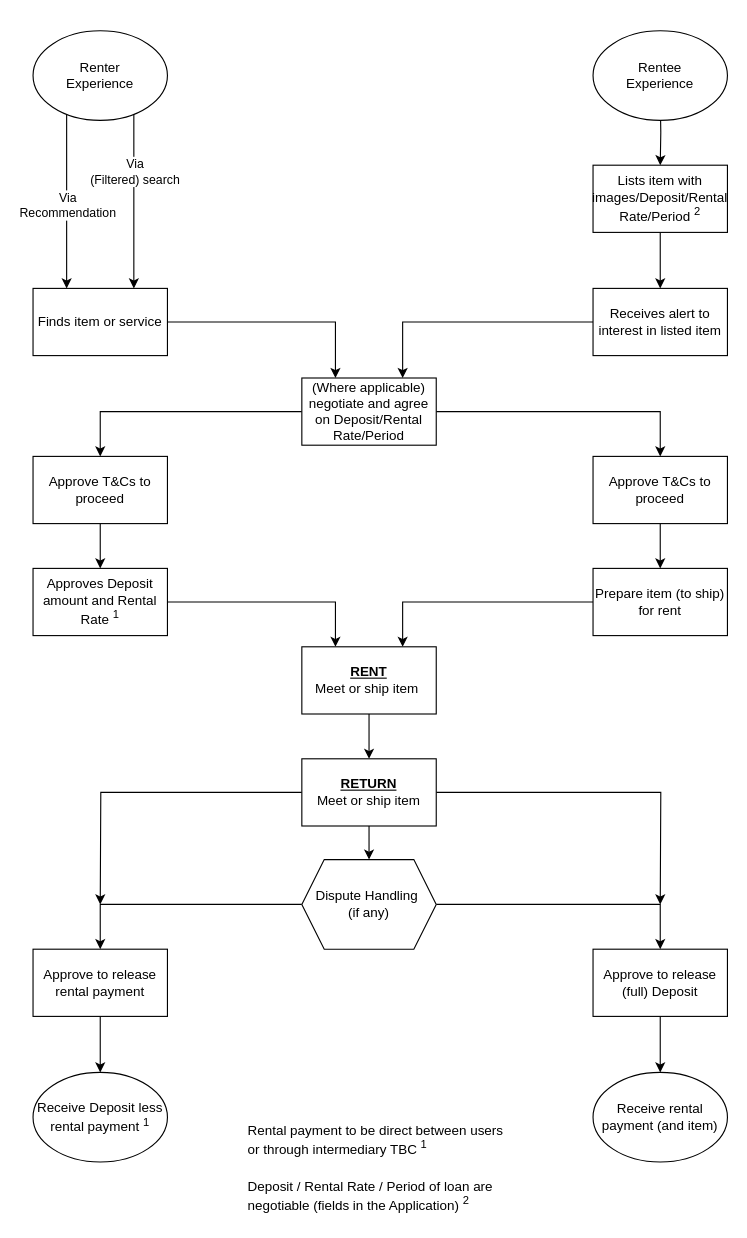
Above: log/User Experience (Abstract).drawio in chenghowyew/Rent (draw.io), before the change. Source tidied: cells renumbered, new cells numbered last; positions are measured from the earlier drawing's top-left corner, leaving out a move shared by most shapes. Both pictures are drawn from the tidied source at 112%, with x=0, y=0 at pixel (32, 30).
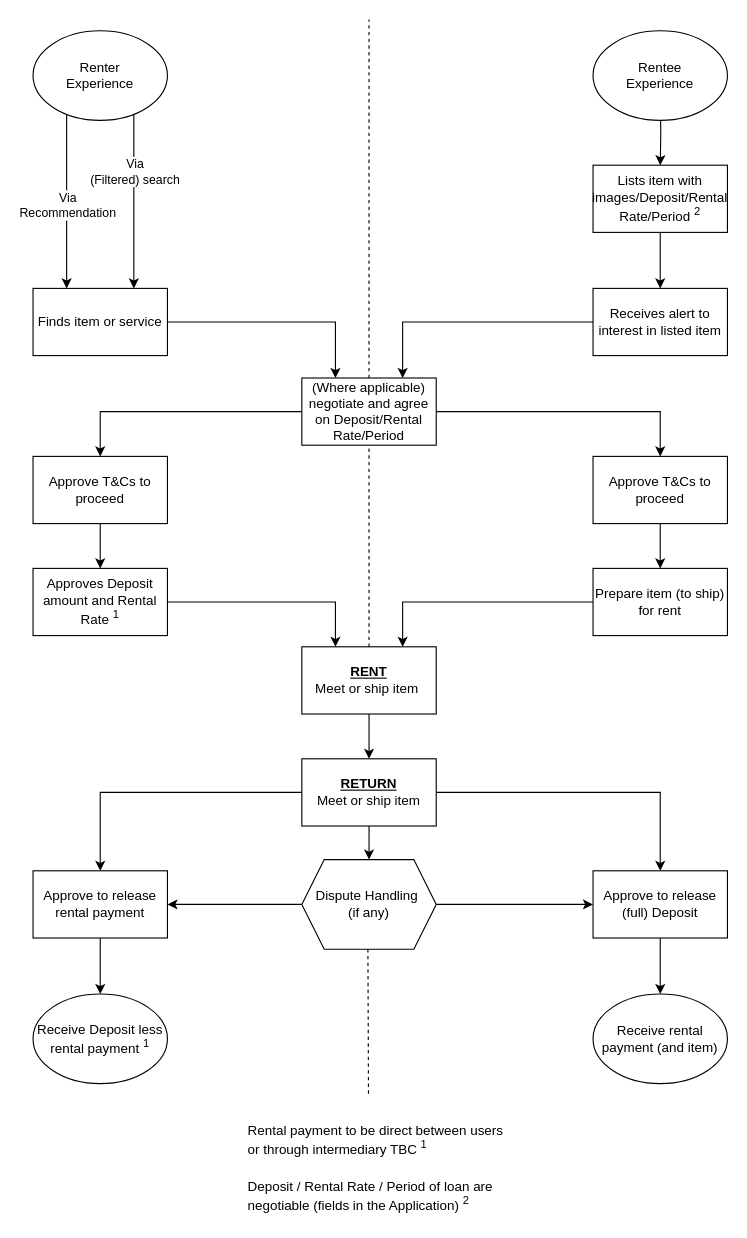
The same diagram, later.

The change refers to these unchanged cells:
```xml
<mxCell id="11" value="(Where applicable) negotiate and agree on Deposit/Rental Rate/Period" style="whiteSpace=wrap;html=1;rounded=0;" parent="1" vertex="1">
  <mxGeometry x="240" y="310" width="120" height="60" as="geometry" />
</mxCell>
<mxCell id="27" value="&lt;b&gt;&lt;u&gt;RETURN&lt;/u&gt;&lt;/b&gt;&lt;br&gt;Meet or ship item" style="rounded=0;whiteSpace=wrap;html=1;" parent="1" vertex="1">
  <mxGeometry x="240" y="650" width="120" height="60" as="geometry" />
</mxCell>
<mxCell id="30" value="Dispute Handling&amp;nbsp;&lt;br&gt;(if any)" style="shape=hexagon;perimeter=hexagonPerimeter2;whiteSpace=wrap;html=1;fixedSize=1;" parent="1" vertex="1">
  <mxGeometry x="240" y="740" width="120" height="80" as="geometry" />
</mxCell>
```

Change to the diagram source:
```diff
@@
-    <mxCell id="25" style="edgeStyle=orthogonalEdgeStyle;rounded=0;jettySize=auto;html=1;" parent="1" edge="1" source="27">
-      <mxGeometry relative="1" as="geometry">
-        <mxPoint x="560" y="780" as="targetPoint" />
-      </mxGeometry>
+    <mxCell id="25" style="edgeStyle=orthogonalEdgeStyle;rounded=0;jettySize=auto;html=1;entryX=0.5;entryY=0;entryDx=0;entryDy=0;" parent="1" edge="1" source="27" target="32">
+      <mxGeometry relative="1" as="geometry" />
     </mxCell>
-    <mxCell id="26" style="edgeStyle=orthogonalEdgeStyle;rounded=0;jettySize=auto;html=1;" parent="1" edge="1" source="27">
-      <mxGeometry relative="1" as="geometry">
-        <mxPoint x="60" y="780" as="targetPoint" />
-      </mxGeometry>
+    <mxCell id="26" style="edgeStyle=orthogonalEdgeStyle;rounded=0;jettySize=auto;html=1;entryX=0.5;entryY=0;entryDx=0;entryDy=0;" parent="1" edge="1" source="27" target="34">
+      <mxGeometry relative="1" as="geometry" />
     </mxCell>
@@
+    <mxCell id="29" style="edgeStyle=orthogonalEdgeStyle;rounded=0;jettySize=auto;html=1;entryX=1;entryY=0.5;entryDx=0;entryDy=0;" parent="1" edge="1" source="30" target="34">
+      <mxGeometry relative="1" as="geometry" />
+    </mxCell>
-    <mxCell id="28" style="edgeStyle=orthogonalEdgeStyle;rounded=0;jettySize=auto;html=1;entryX=0.5;entryY=0;entryDx=0;entryDy=0;" parent="1" edge="1" source="30" target="32">
+    <mxCell id="28" style="edgeStyle=orthogonalEdgeStyle;rounded=0;jettySize=auto;html=1;entryX=0;entryY=0.5;entryDx=0;entryDy=0;" parent="1" edge="1" source="30" target="32">
       <mxGeometry relative="1" as="geometry" />
     </mxCell>
-    <mxCell id="29" style="edgeStyle=orthogonalEdgeStyle;rounded=0;jettySize=auto;html=1;entryX=0.5;entryY=0;entryDx=0;entryDy=0;" parent="1" edge="1" source="30" target="34">
-      <mxGeometry relative="1" as="geometry" />
-    </mxCell>
@@
-    <mxCell id="31" style="edgeStyle=orthogonalEdgeStyle;rounded=0;jettySize=auto;html=1;" parent="1" edge="1" source="32">
-      <mxGeometry relative="1" as="geometry">
-        <mxPoint x="560" y="930" as="targetPoint" />
-      </mxGeometry>
+    <mxCell id="31" style="edgeStyle=orthogonalEdgeStyle;rounded=0;jettySize=auto;html=1;entryX=0.5;entryY=0;entryDx=0;entryDy=0;" parent="1" edge="1" source="32" target="39">
+      <mxGeometry relative="1" as="geometry" />
     </mxCell>
     <mxCell id="32" value="Approve to release (full) Deposit" style="rounded=0;whiteSpace=wrap;html=1;" parent="1" vertex="1">
-      <mxGeometry x="500" y="820" width="120" height="60" as="geometry" />
+      <mxGeometry x="500" y="750" width="120" height="60" as="geometry" />
     </mxCell>
@@
     <mxCell id="34" value="Approve to release rental payment" style="rounded=0;whiteSpace=wrap;html=1;" parent="1" vertex="1">
-      <mxGeometry y="820" width="120" height="60" as="geometry" />
+      <mxGeometry y="750" width="120" height="60" as="geometry" />
     </mxCell>
@@
     <mxCell id="39" value="Receive rental payment (and item)" style="ellipse;whiteSpace=wrap;html=1;" parent="1" vertex="1">
-      <mxGeometry x="500" y="930" width="120" height="80" as="geometry" />
+      <mxGeometry x="500" y="860" width="120" height="80" as="geometry" />
     </mxCell>
     <mxCell id="40" value="Receive Deposit less rental payment &lt;sup&gt;1&lt;/sup&gt;" style="ellipse;whiteSpace=wrap;html=1;" parent="1" vertex="1">
-      <mxGeometry y="930" width="120" height="80" as="geometry" />
+      <mxGeometry y="860" width="120" height="80" as="geometry" />
     </mxCell>
@@
+    <mxCell id="43" style="endArrow=none;dashed=1;html=1;rounded=0;exitX=0.5;exitY=0;exitDx=0;exitDy=0;" parent="1" edge="1" source="11">
+      <mxGeometry relative="1" as="geometry">
+        <mxPoint x="300" y="-10" as="targetPoint" />
+      </mxGeometry>
+    </mxCell>
+    <mxCell id="44" style="endArrow=none;dashed=1;html=1;rounded=0;" parent="1" edge="1">
+      <mxGeometry relative="1" as="geometry">
+        <mxPoint x="300" y="550" as="sourcePoint" />
+        <mxPoint x="300" y="371" as="targetPoint" />
+      </mxGeometry>
+    </mxCell>
+    <mxCell id="45" style="endArrow=none;dashed=1;html=1;rounded=0;" parent="1" edge="1">
+      <mxGeometry relative="1" as="geometry">
+        <mxPoint x="299.5" y="949" as="sourcePoint" />
+        <mxPoint x="299" y="820" as="targetPoint" />
+      </mxGeometry>
+    </mxCell>
```
